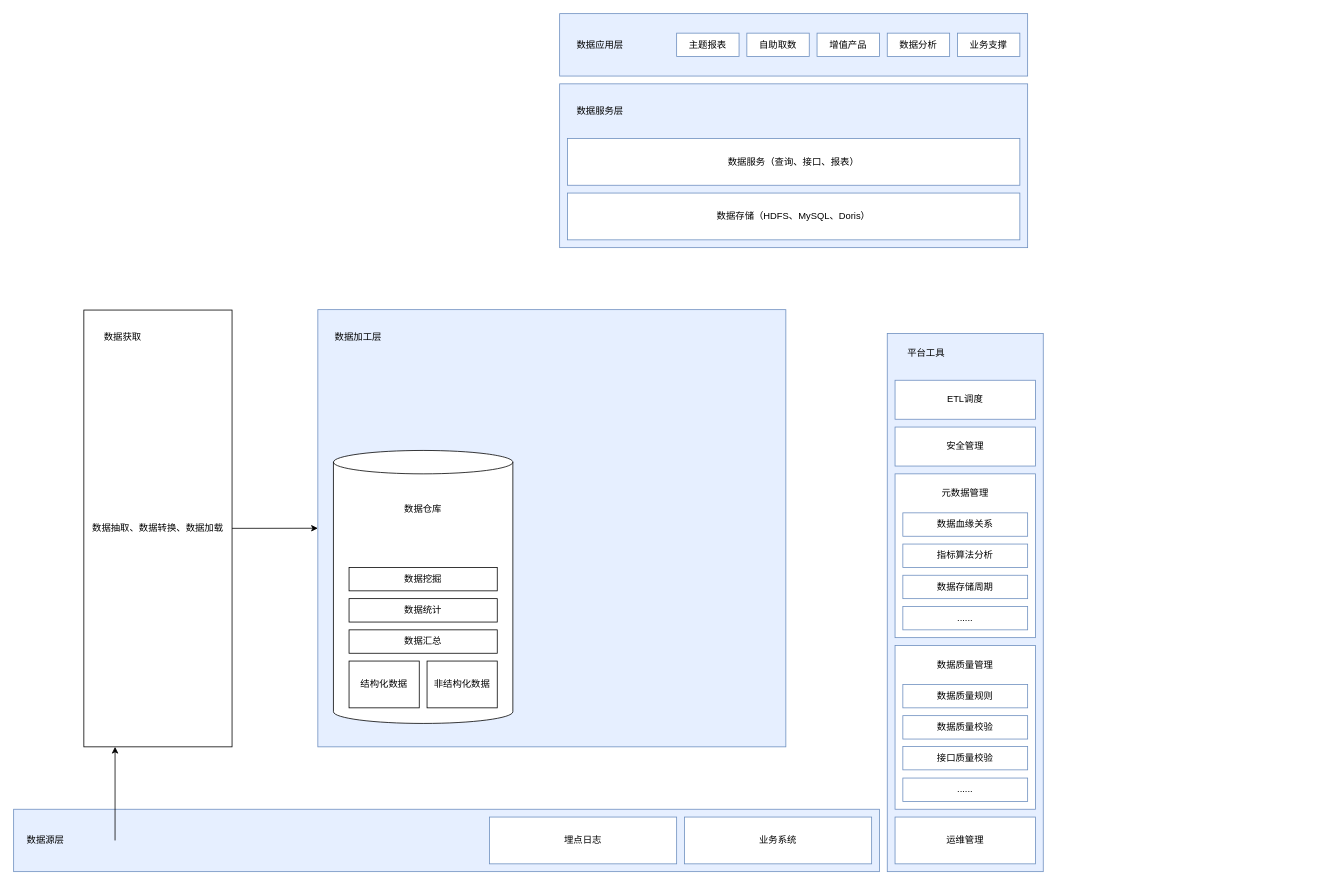
The draw.io diagram 数仓技术架构.drawio in Jacoulin/draw, before the edit. Source tidied: cells renumbered, new cells numbered last; positions are measured from the earlier drawing's top-left corner, leaving out a move shared by most shapes. Both pictures are drawn from the tidied source at 78%, with x=0, y=0 at pixel (13, 13).
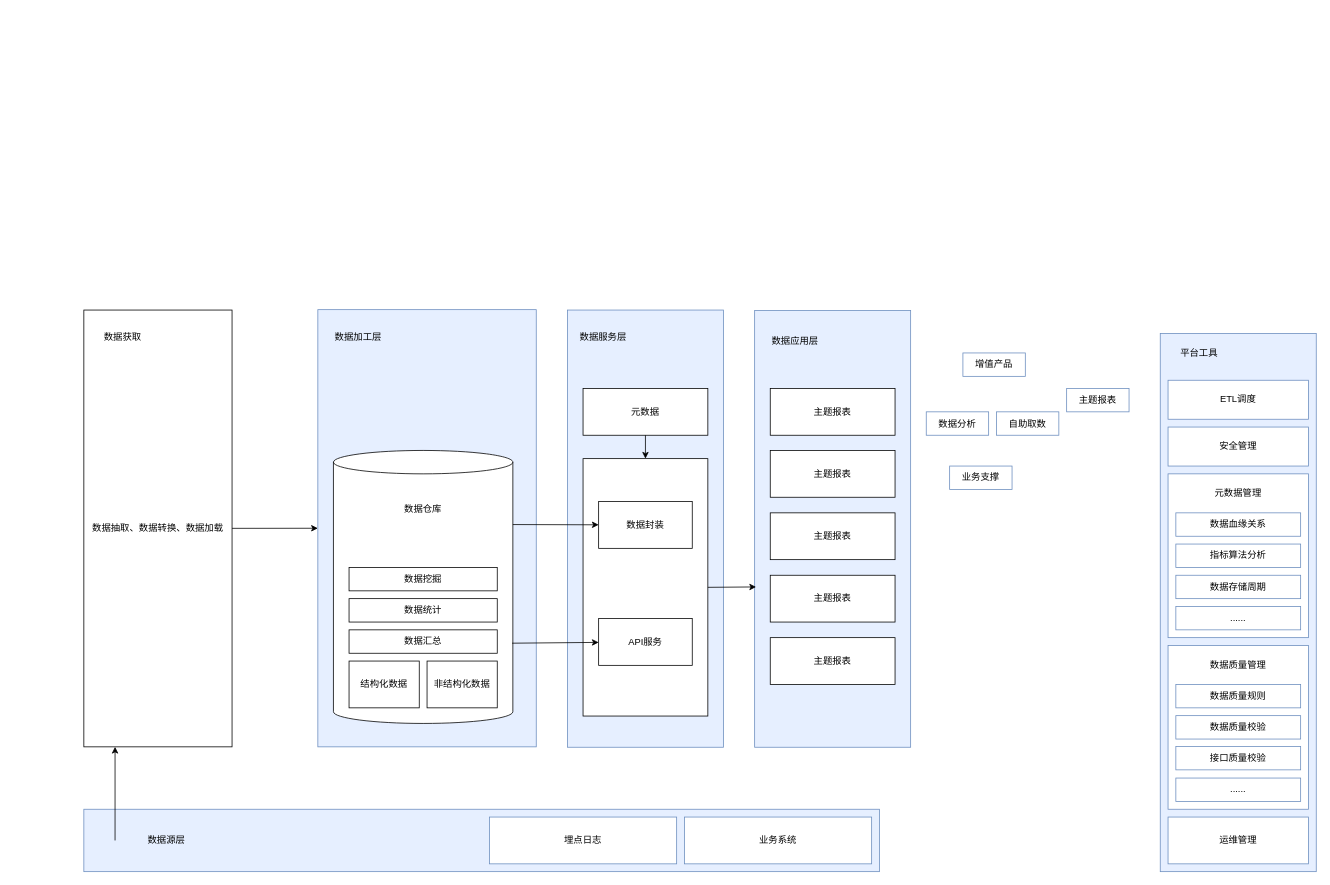
The same page after the edit.

Commit message (it also covers changes not shown here):
更新数仓技术架构.drawio

Unchanged cells that the change refers to:
```xml
<mxCell id="41" style="shape=cylinder3;whiteSpace=wrap;html=1;boundedLbl=1;backgroundOutline=1;size=15;" parent="1" vertex="1">
  <mxGeometry x="410" y="560" width="230" height="350" as="geometry" />
</mxCell>
```

Change to the diagram source:
```diff
@@
     <mxCell id="2" style="rounded=0;whiteSpace=wrap;html=1;fillColor=#E6EFFF;strokeColor=#6C8EBF;" parent="1" vertex="1">
-      <mxGeometry x="390" y="379.5" width="600" height="560.5" as="geometry" />
+      <mxGeometry x="390" y="379.5" width="280" height="560.5" as="geometry" />
     </mxCell>
@@
     <mxCell id="4" style="rounded=0;whiteSpace=wrap;html=1;fillColor=#E6EFFF;strokeColor=#6C8EBF;" parent="1" vertex="1">
-      <mxGeometry y="1020" width="1110" height="80" as="geometry" />
+      <mxGeometry x="90" y="1020" width="1020" height="80" as="geometry" />
     </mxCell>
@@
     <mxCell id="7" style="rounded=0;whiteSpace=wrap;html=1;fillColor=#E6EFFF;strokeColor=#6C8EBF;" parent="1" vertex="1">
-      <mxGeometry x="700" y="90" width="600" height="210" as="geometry" />
+      <mxGeometry x="710" y="380" width="200" height="560.5" as="geometry" />
     </mxCell>
     <mxCell id="8" value="数据服务层" style="text;html=1;strokeColor=none;fillColor=none;align=left;verticalAlign=middle;whiteSpace=wrap;rounded=0;" parent="1" vertex="1">
-      <mxGeometry x="720" y="110" width="80" height="30" as="geometry" />
+      <mxGeometry x="724" y="399.5" width="80" height="30" as="geometry" />
     </mxCell>
-    <mxCell id="9" value="数据存储（HDFS、MySQL、Doris）" style="rounded=0;whiteSpace=wrap;html=1;strokeColor=#6C8EBF;" parent="1" vertex="1">
-      <mxGeometry x="710" y="230" width="580" height="60" as="geometry" />
-    </mxCell>
     <mxCell id="10" style="rounded=0;whiteSpace=wrap;html=1;fillColor=#E6EFFF;strokeColor=#6C8EBF;" parent="1" vertex="1">
-      <mxGeometry x="1120" y="410" width="200" height="690" as="geometry" />
+      <mxGeometry x="1470" y="410" width="200" height="690" as="geometry" />
     </mxCell>
     <mxCell id="11" value="平台工具" style="text;html=1;strokeColor=none;fillColor=none;align=center;verticalAlign=middle;whiteSpace=wrap;rounded=0;" parent="1" vertex="1">
-      <mxGeometry x="1130" y="420" width="80" height="30" as="geometry" />
+      <mxGeometry x="1480" y="420" width="80" height="30" as="geometry" />
     </mxCell>
     <mxCell id="12" style="rounded=0;whiteSpace=wrap;html=1;strokeColor=#6C8EBF;" parent="1" vertex="1">
-      <mxGeometry x="1130" y="470" width="180" height="50" as="geometry" />
+      <mxGeometry x="1480" y="470" width="180" height="50" as="geometry" />
     </mxCell>
     <mxCell id="13" style="rounded=0;whiteSpace=wrap;html=1;strokeColor=#6C8EBF;" parent="1" vertex="1">
-      <mxGeometry x="1130" y="810" width="180" height="210" as="geometry" />
+      <mxGeometry x="1480" y="810" width="180" height="210" as="geometry" />
     </mxCell>
     <mxCell id="14" value="运维管理" style="rounded=0;whiteSpace=wrap;html=1;strokeColor=#6C8EBF;" parent="1" vertex="1">
-      <mxGeometry x="1130" y="1030" width="180" height="60" as="geometry" />
+      <mxGeometry x="1480" y="1030" width="180" height="60" as="geometry" />
     </mxCell>
     <mxCell id="15" value="数据质量规则" style="rounded=0;whiteSpace=wrap;html=1;strokeColor=#6C8EBF;" parent="1" vertex="1">
-      <mxGeometry x="1140" y="860" width="160" height="30" as="geometry" />
+      <mxGeometry x="1490" y="860" width="160" height="30" as="geometry" />
     </mxCell>
     <mxCell id="16" value="接口质量校验" style="rounded=0;whiteSpace=wrap;html=1;strokeColor=#6C8EBF;" parent="1" vertex="1">
-      <mxGeometry x="1140" y="939.5" width="160" height="30" as="geometry" />
+      <mxGeometry x="1490" y="939.5" width="160" height="30" as="geometry" />
     </mxCell>
     <mxCell id="17" value="数据质量校验" style="rounded=0;whiteSpace=wrap;html=1;strokeColor=#6C8EBF;" parent="1" vertex="1">
-      <mxGeometry x="1140" y="900" width="160" height="30" as="geometry" />
+      <mxGeometry x="1490" y="900" width="160" height="30" as="geometry" />
     </mxCell>
     <mxCell id="18" value="......" style="rounded=0;whiteSpace=wrap;html=1;strokeColor=#6C8EBF;" parent="1" vertex="1">
-      <mxGeometry x="1140" y="980" width="160" height="30" as="geometry" />
+      <mxGeometry x="1490" y="980" width="160" height="30" as="geometry" />
     </mxCell>
     <mxCell id="19" value="数据质量管理" style="text;html=1;strokeColor=#FFFFFF;fillColor=none;align=center;verticalAlign=middle;whiteSpace=wrap;rounded=0;" parent="1" vertex="1">
-      <mxGeometry x="1140" y="820" width="160" height="30" as="geometry" />
+      <mxGeometry x="1490" y="820" width="160" height="30" as="geometry" />
     </mxCell>
     <mxCell id="20" style="rounded=0;whiteSpace=wrap;html=1;strokeColor=#6C8EBF;" parent="1" vertex="1">
-      <mxGeometry x="1130" y="590" width="180" height="210" as="geometry" />
+      <mxGeometry x="1480" y="590" width="180" height="210" as="geometry" />
     </mxCell>
     <mxCell id="21" value="......" style="rounded=0;whiteSpace=wrap;html=1;strokeColor=#6C8EBF;" parent="1" vertex="1">
-      <mxGeometry x="1140" y="760" width="160" height="30" as="geometry" />
+      <mxGeometry x="1490" y="760" width="160" height="30" as="geometry" />
     </mxCell>
     <mxCell id="22" value="数据存储周期" style="rounded=0;whiteSpace=wrap;html=1;strokeColor=#6C8EBF;" parent="1" vertex="1">
-      <mxGeometry x="1140" y="720" width="160" height="30" as="geometry" />
+      <mxGeometry x="1490" y="720" width="160" height="30" as="geometry" />
     </mxCell>
     <mxCell id="23" value="指标算法分析" style="rounded=0;whiteSpace=wrap;html=1;strokeColor=#6C8EBF;" parent="1" vertex="1">
-      <mxGeometry x="1140" y="680" width="160" height="30" as="geometry" />
+      <mxGeometry x="1490" y="680" width="160" height="30" as="geometry" />
     </mxCell>
     <mxCell id="24" value="数据血缘关系" style="rounded=0;whiteSpace=wrap;html=1;strokeColor=#6C8EBF;" parent="1" vertex="1">
-      <mxGeometry x="1140" y="640" width="160" height="30" as="geometry" />
+      <mxGeometry x="1490" y="640" width="160" height="30" as="geometry" />
     </mxCell>
     <mxCell id="25" value="元数据管理" style="text;html=1;strokeColor=#FFFFFF;fillColor=none;align=center;verticalAlign=middle;whiteSpace=wrap;rounded=0;" parent="1" vertex="1">
-      <mxGeometry x="1140" y="600" width="160" height="30" as="geometry" />
+      <mxGeometry x="1490" y="600" width="160" height="30" as="geometry" />
     </mxCell>
     <mxCell id="26" value="ETL调度" style="text;html=1;strokeColor=#FFFFFF;fillColor=none;align=center;verticalAlign=middle;whiteSpace=wrap;rounded=0;" parent="1" vertex="1">
-      <mxGeometry x="1140" y="480" width="160" height="30" as="geometry" />
+      <mxGeometry x="1490" y="480" width="160" height="30" as="geometry" />
     </mxCell>
-    <mxCell id="27" value="数据服务（查询、接口、报表）" style="rounded=0;whiteSpace=wrap;html=1;strokeColor=#6C8EBF;" parent="1" vertex="1">
-      <mxGeometry x="710" y="160" width="580" height="60" as="geometry" />
-    </mxCell>
     <mxCell id="28" value="数据源层" style="text;html=1;strokeColor=none;fillColor=none;align=left;verticalAlign=middle;whiteSpace=wrap;rounded=0;" parent="1" vertex="1">
-      <mxGeometry x="15" y="1045" width="60" height="30" as="geometry" />
+      <mxGeometry x="170" y="1045" width="60" height="30" as="geometry" />
     </mxCell>
     <mxCell id="29" style="rounded=0;whiteSpace=wrap;html=1;fillColor=#E6EFFF;strokeColor=#6C8EBF;" parent="1" vertex="1">
-      <mxGeometry x="700" width="600" height="80" as="geometry" />
+      <mxGeometry x="950" y="380.5" width="200" height="560" as="geometry" />
     </mxCell>
     <mxCell id="30" value="数据应用层" style="text;html=1;strokeColor=none;fillColor=none;align=left;verticalAlign=middle;whiteSpace=wrap;rounded=0;" parent="1" vertex="1">
-      <mxGeometry x="720" y="25" width="80" height="30" as="geometry" />
+      <mxGeometry x="970" y="405" width="80" height="30" as="geometry" />
     </mxCell>
     <mxCell id="31" value="主题报表" style="rounded=0;whiteSpace=wrap;html=1;strokeColor=#6C8EBF;" parent="1" vertex="1">
-      <mxGeometry x="850" y="25" width="80" height="30" as="geometry" />
+      <mxGeometry x="1350" y="480.5" width="80" height="30" as="geometry" />
     </mxCell>
     <mxCell id="32" value="自助取数" style="rounded=0;whiteSpace=wrap;html=1;strokeColor=#6C8EBF;" parent="1" vertex="1">
-      <mxGeometry x="940" y="25" width="80" height="30" as="geometry" />
+      <mxGeometry x="1260" y="510.5" width="80" height="30" as="geometry" />
     </mxCell>
     <mxCell id="33" value="增值产品" style="rounded=0;whiteSpace=wrap;html=1;strokeColor=#6C8EBF;" parent="1" vertex="1">
-      <mxGeometry x="1030" y="25" width="80" height="30" as="geometry" />
+      <mxGeometry x="1217" y="435" width="80" height="30" as="geometry" />
     </mxCell>
     <mxCell id="34" value="数据分析" style="rounded=0;whiteSpace=wrap;html=1;strokeColor=#6C8EBF;" parent="1" vertex="1">
-      <mxGeometry x="1120" y="25" width="80" height="30" as="geometry" />
+      <mxGeometry x="1170" y="510.5" width="80" height="30" as="geometry" />
     </mxCell>
     <mxCell id="35" value="业务支撑" style="rounded=0;whiteSpace=wrap;html=1;strokeColor=#6C8EBF;" parent="1" vertex="1">
-      <mxGeometry x="1210" y="25" width="80" height="30" as="geometry" />
+      <mxGeometry x="1200" y="580" width="80" height="30" as="geometry" />
     </mxCell>
     <mxCell id="36" style="rounded=0;whiteSpace=wrap;html=1;strokeColor=#6C8EBF;" parent="1" vertex="1">
-      <mxGeometry x="1130" y="530" width="180" height="50" as="geometry" />
+      <mxGeometry x="1480" y="530" width="180" height="50" as="geometry" />
     </mxCell>
     <mxCell id="37" value="安全管理" style="text;html=1;strokeColor=#FFFFFF;fillColor=none;align=center;verticalAlign=middle;whiteSpace=wrap;rounded=0;" parent="1" vertex="1">
-      <mxGeometry x="1140" y="540" width="160" height="30" as="geometry" />
+      <mxGeometry x="1490" y="540" width="160" height="30" as="geometry" />
     </mxCell>
@@
+    <mxCell id="49" value="元数据" style="rounded=0;whiteSpace=wrap;html=1;" parent="1" vertex="1">
+      <mxGeometry x="730" y="480.5" width="160" height="60" as="geometry" />
+    </mxCell>
+    <mxCell id="50" style="rounded=0;whiteSpace=wrap;html=1;" parent="1" vertex="1">
+      <mxGeometry x="730" y="570.5" width="160" height="330" as="geometry" />
+    </mxCell>
+    <mxCell id="51" value="数据封装" style="rounded=0;whiteSpace=wrap;html=1;" parent="1" vertex="1">
+      <mxGeometry x="750" y="625.5" width="120" height="60" as="geometry" />
+    </mxCell>
+    <mxCell id="52" value="API服务" style="rounded=0;whiteSpace=wrap;html=1;" parent="1" vertex="1">
+      <mxGeometry x="750" y="775.5" width="120" height="60" as="geometry" />
+    </mxCell>
+    <mxCell id="53" style="endArrow=classic;html=1;rounded=0;" parent="1" edge="1" source="49" target="50">
+      <mxGeometry relative="1" as="geometry" />
+    </mxCell>
+    <mxCell id="54" style="endArrow=classic;html=1;rounded=0;exitX=1;exitY=0;exitDx=0;exitDy=95;exitPerimeter=0;" parent="1" edge="1" source="41" target="51">
+      <mxGeometry relative="1" as="geometry" />
+    </mxCell>
+    <mxCell id="55" style="endArrow=classic;html=1;rounded=0;exitX=0.996;exitY=0.706;exitDx=0;exitDy=0;exitPerimeter=0;" parent="1" edge="1" source="41" target="52">
+      <mxGeometry relative="1" as="geometry" />
+    </mxCell>
+    <mxCell id="56" value="主题报表" style="rounded=0;whiteSpace=wrap;html=1;" parent="1" vertex="1">
+      <mxGeometry x="970" y="480.5" width="160" height="60" as="geometry" />
+    </mxCell>
+    <mxCell id="57" value="主题报表" style="rounded=0;whiteSpace=wrap;html=1;" parent="1" vertex="1">
+      <mxGeometry x="970" y="560" width="160" height="60" as="geometry" />
+    </mxCell>
+    <mxCell id="58" value="主题报表" style="rounded=0;whiteSpace=wrap;html=1;" parent="1" vertex="1">
+      <mxGeometry x="970" y="640" width="160" height="60" as="geometry" />
+    </mxCell>
+    <mxCell id="59" value="主题报表" style="rounded=0;whiteSpace=wrap;html=1;" parent="1" vertex="1">
+      <mxGeometry x="970" y="720" width="160" height="60" as="geometry" />
+    </mxCell>
+    <mxCell id="60" value="主题报表" style="rounded=0;whiteSpace=wrap;html=1;" parent="1" vertex="1">
+      <mxGeometry x="970" y="800" width="160" height="60" as="geometry" />
+    </mxCell>
+    <mxCell id="61" style="endArrow=classic;html=1;rounded=0;exitX=1;exitY=0.5;exitDx=0;exitDy=0;entryX=0.009;entryY=0.633;entryDx=0;entryDy=0;entryPerimeter=0;" parent="1" edge="1" source="50" target="29">
+      <mxGeometry relative="1" as="geometry" />
+    </mxCell>
```
